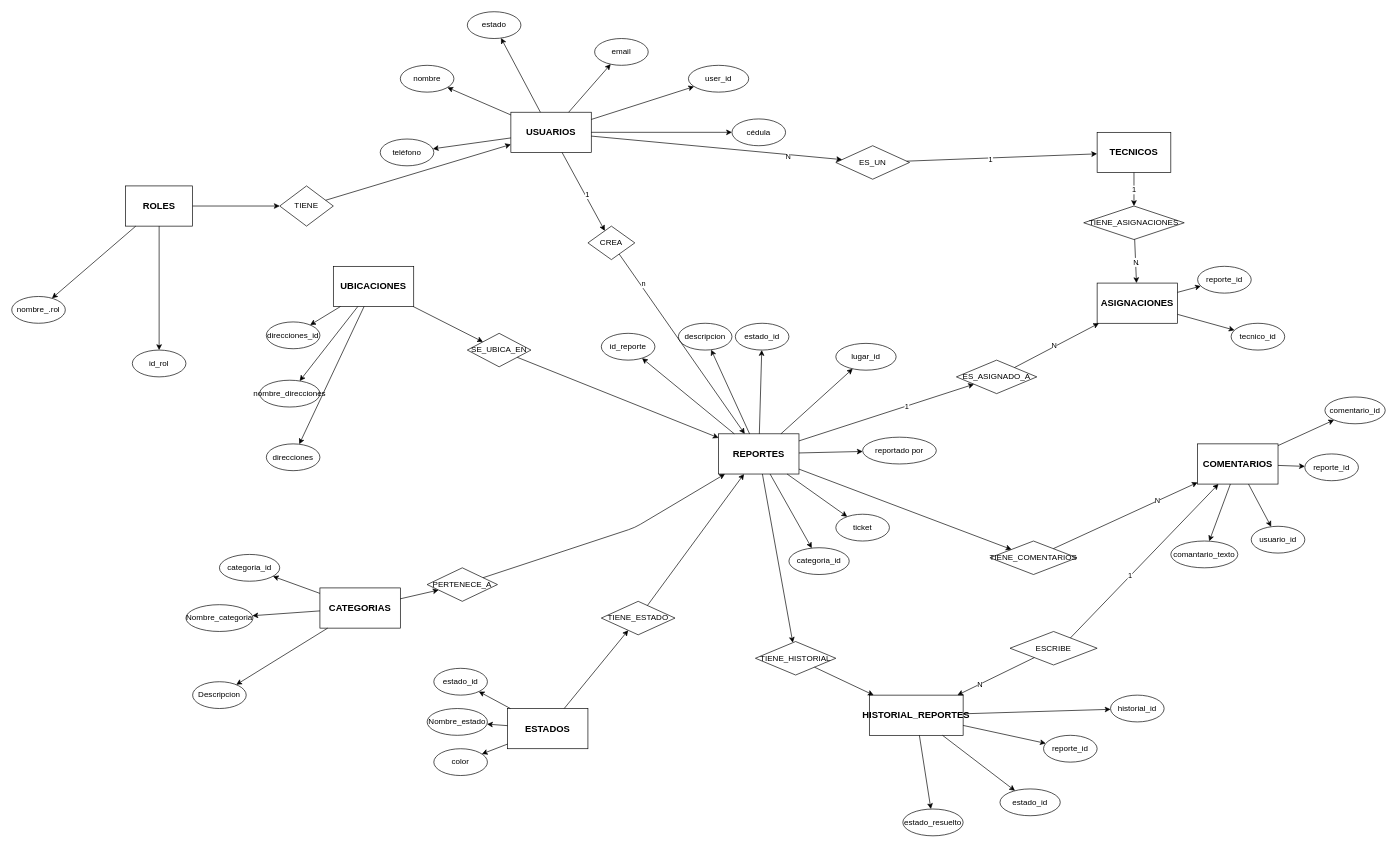
Above: Diagrama EER FixCampus.drawio in LucarioZ4/FixCampus (draw.io), before the change. Source tidied: cells renumbered, new cells numbered last; positions are measured from the earlier drawing's top-left corner, leaving out a move shared by most shapes. Both pictures are drawn from the tidied source at 67%, with x=0, y=0 at pixel (11, 11).
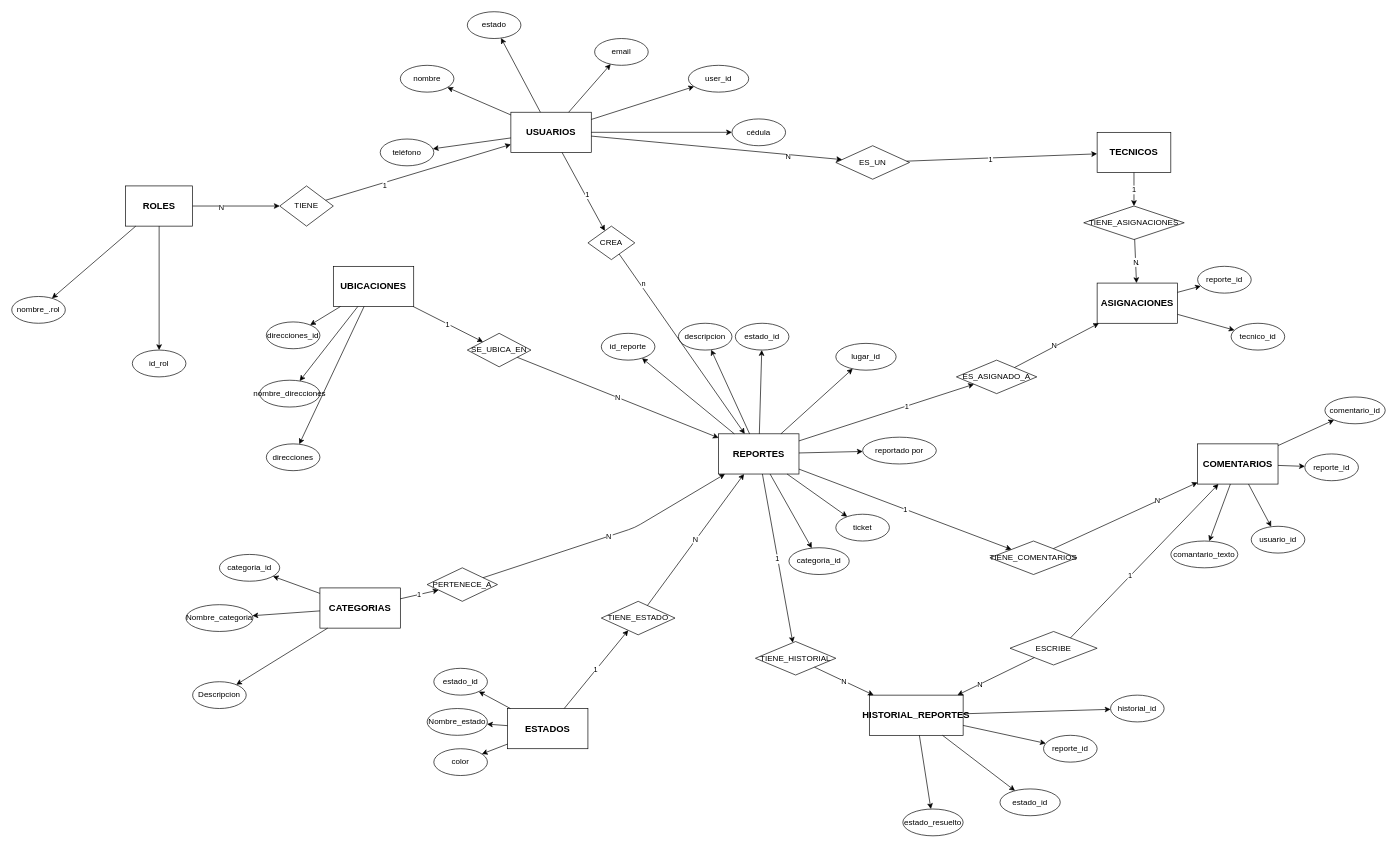
The same page after the edit.

Unchanged cells that the change refers to:
```xml
<mxCell id="21" parent="1" edge="1" source="15" target="20">
  <mxGeometry relative="1" as="geometry" />
</mxCell>
<mxCell id="22" parent="1" edge="1" source="20" target="2">
  <mxGeometry relative="1" as="geometry" />
</mxCell>
<mxCell id="23" value="UBICACIONES" style="rounded=0;whiteSpace=wrap;html=1;fillColor=#ffffff;strokeColor=#000000;fontStyle=1;fontSize=14;" parent="1" vertex="1">
  <mxGeometry x="480" y="380" width="120" height="60" as="geometry" />
</mxCell>
<mxCell id="30" value="CATEGORIAS" style="rounded=0;whiteSpace=wrap;html=1;fillColor=#ffffff;strokeColor=#000000;fontStyle=1;fontSize=14;" parent="1" vertex="1">
  <mxGeometry x="460" y="860" width="120" height="60" as="geometry" />
</mxCell>
<mxCell id="37" value="ESTADOS" style="rounded=0;whiteSpace=wrap;html=1;fillColor=#ffffff;strokeColor=#000000;fontStyle=1;fontSize=14;" parent="1" vertex="1">
  <mxGeometry x="740" y="1040" width="120" height="60" as="geometry" />
</mxCell>
<mxCell id="44" value="REPORTES" style="rounded=0;whiteSpace=wrap;html=1;fillColor=#ffffff;strokeColor=#000000;fontStyle=1;fontSize=14;" parent="1" vertex="1">
  <mxGeometry x="1055" y="630" width="120" height="60" as="geometry" />
</mxCell>
<mxCell id="64" value="SE_UBICA_EN" style="rhombus;whiteSpace=wrap;html=1;fillColor=#ffffff;strokeColor=#000000;" parent="1" vertex="1">
  <mxGeometry x="680" y="480" width="95" height="50" as="geometry" />
</mxCell>
<mxCell id="67" value="PERTENECE_A" style="rhombus;whiteSpace=wrap;html=1;fillColor=#ffffff;strokeColor=#000000;" parent="1" vertex="1">
  <mxGeometry x="620" y="830" width="105" height="50" as="geometry" />
</mxCell>
<mxCell id="70" value="TIENE_ESTADO" style="rhombus;whiteSpace=wrap;html=1;fillColor=#ffffff;strokeColor=#000000;" parent="1" vertex="1">
  <mxGeometry x="880" y="880" width="110" height="50" as="geometry" />
</mxCell>
<mxCell id="104" value="TIENE_COMENTARIOS" style="rhombus;whiteSpace=wrap;html=1;fillColor=#ffffff;strokeColor=#000000;" parent="1" vertex="1">
  <mxGeometry x="1460" y="790" width="130" height="50" as="geometry" />
</mxCell>
<mxCell id="108" value="HISTORIAL_REPORTES" style="rounded=0;whiteSpace=wrap;html=1;fillColor=#ffffff;strokeColor=#000000;fontStyle=1;fontSize=14;" parent="1" vertex="1">
  <mxGeometry x="1280" y="1020" width="140" height="60" as="geometry" />
</mxCell>
<mxCell id="117" value="TIENE_HISTORIAL" style="rhombus;whiteSpace=wrap;html=1;fillColor=#ffffff;strokeColor=#000000;" parent="1" vertex="1">
  <mxGeometry x="1110" y="940" width="120" height="50" as="geometry" />
</mxCell>
```

Diff of the diagram source:
```diff
@@
+    <mxCell id="125" value="N" style="edgeLabel;html=1;align=center;verticalAlign=middle;" parent="21" vertex="1">
+      <mxGeometry x="-0.35" y="-2" relative="1" as="geometry" />
+    </mxCell>
@@
+    <mxCell id="126" value="1" style="edgeLabel;html=1;align=center;verticalAlign=middle;" parent="22" vertex="1">
+      <mxGeometry x="-0.37" y="-4" relative="1" as="geometry" />
+    </mxCell>
@@
-    <mxCell id="65" parent="1" edge="1" source="23" target="64">
+    <mxCell id="65" value="1" parent="1" edge="1" source="23" target="64">
       <mxGeometry relative="1" as="geometry" />
     </mxCell>
-    <mxCell id="66" parent="1" edge="1" source="64" target="44">
+    <mxCell id="66" value="N" parent="1" edge="1" source="64" target="44">
       <mxGeometry relative="1" as="geometry" />
     </mxCell>
@@
-    <mxCell id="68" parent="1" edge="1" source="30" target="67">
+    <mxCell id="68" value="1" parent="1" edge="1" source="30" target="67">
       <mxGeometry relative="1" as="geometry" />
     </mxCell>
-    <mxCell id="69" parent="1" edge="1" source="67" target="44">
+    <mxCell id="69" value="N" parent="1" edge="1" source="67" target="44">
       <mxGeometry relative="1" as="geometry">
         <Array as="points">
           <mxPoint x="930" y="770" />
         </Array>
       </mxGeometry>
     </mxCell>
@@
-    <mxCell id="71" parent="1" edge="1" source="37" target="70">
+    <mxCell id="71" value="1" parent="1" edge="1" source="37" target="70">
       <mxGeometry relative="1" as="geometry" />
     </mxCell>
-    <mxCell id="72" parent="1" edge="1" source="70" target="44">
+    <mxCell id="72" value="N" parent="1" edge="1" source="70" target="44">
       <mxGeometry relative="1" as="geometry" />
     </mxCell>
@@
-    <mxCell id="105" parent="1" edge="1" source="44" target="104">
+    <mxCell id="105" value="1" parent="1" edge="1" source="44" target="104">
       <mxGeometry relative="1" as="geometry" />
     </mxCell>
@@
-    <mxCell id="118" parent="1" edge="1" source="44" target="117">
+    <mxCell id="118" value="1" parent="1" edge="1" source="44" target="117">
       <mxGeometry relative="1" as="geometry" />
     </mxCell>
-    <mxCell id="119" parent="1" edge="1" source="117" target="108">
+    <mxCell id="119" value="N" parent="1" edge="1" source="117" target="108">
       <mxGeometry relative="1" as="geometry" />
     </mxCell>
```
